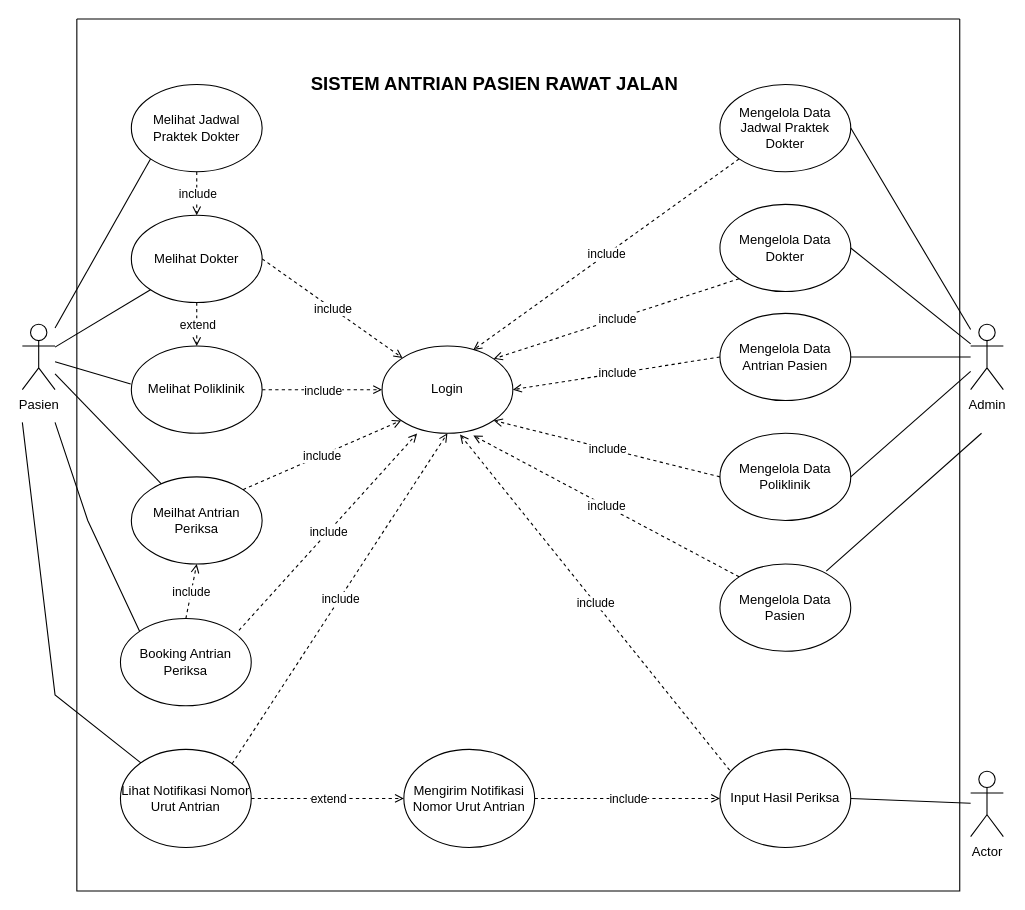
Earlier version of the draw.io diagram Untitled Diagram.drawio (triwiboworidhopermana19/skripsi-sistem-antrian-yowari). Source tidied: cells renumbered, new cells numbered last; positions are measured from the earlier drawing's top-left corner, leaving out a move shared by most shapes. Both pictures are drawn from the tidied source at 109%, with x=0, y=0 at pixel (22, 19).
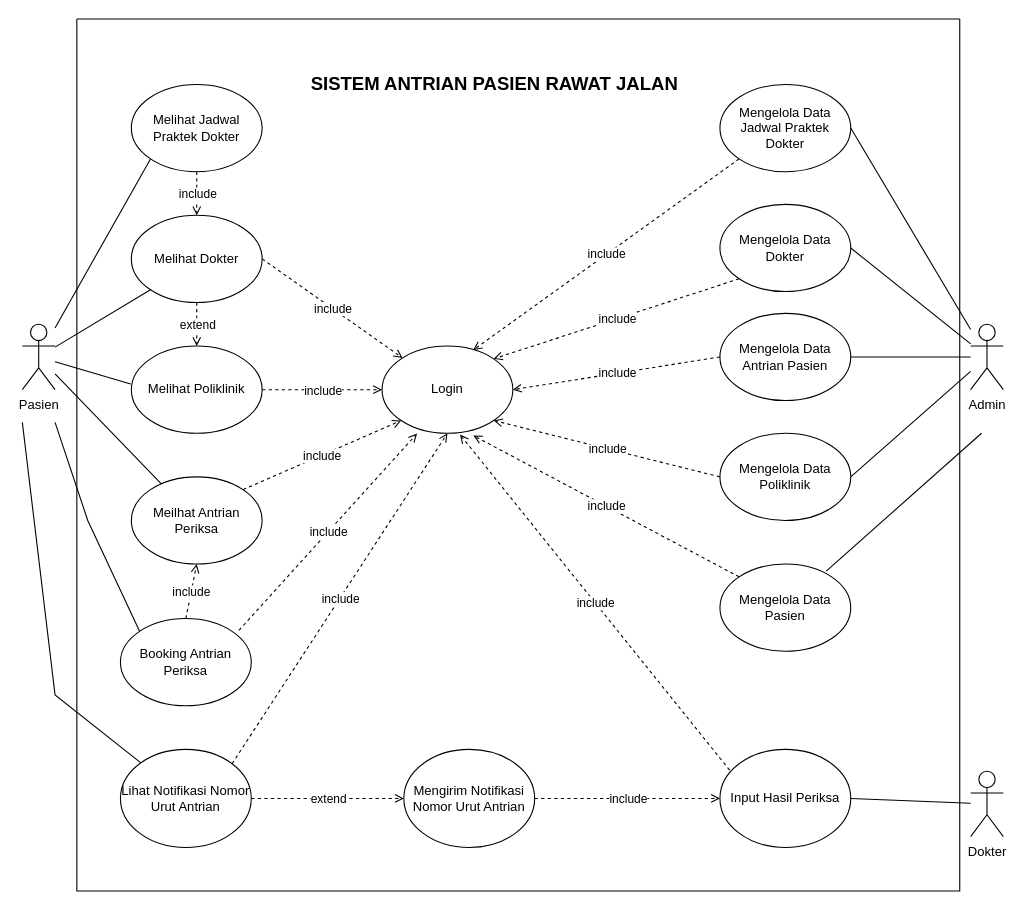
The same diagram, later.

Commit message:
rename actor in usecase

What changed in the source:
```diff
@@
-    <mxCell id="52" value="Actor" style="shape=umlActor;verticalLabelPosition=bottom;verticalAlign=top;html=1;outlineConnect=0;" parent="1" vertex="1">
+    <mxCell id="52" value="Dokter" style="shape=umlActor;verticalLabelPosition=bottom;verticalAlign=top;html=1;outlineConnect=0;" parent="1" vertex="1">
       <mxGeometry x="870" y="690" width="30" height="60" as="geometry" />
     </mxCell>
```
